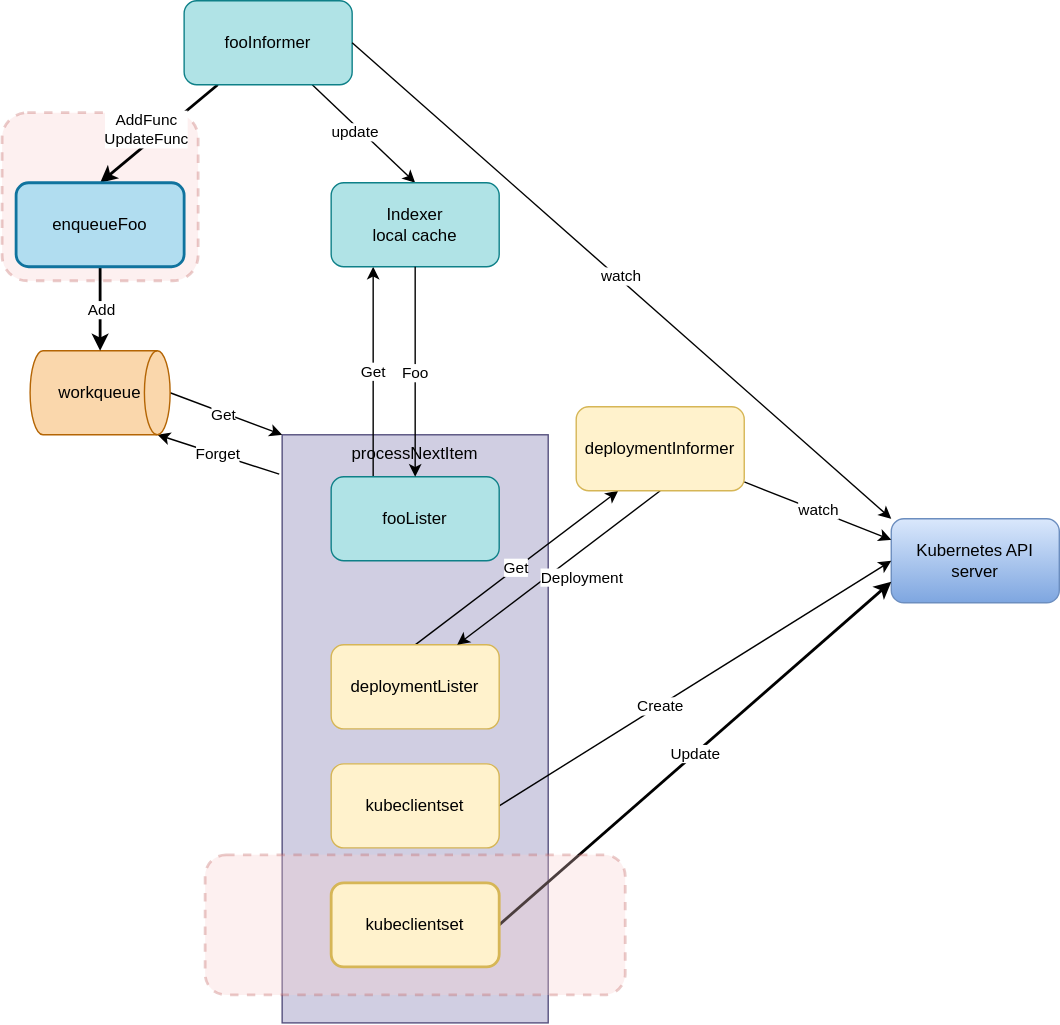
The draw.io diagram docs/content/docs/05-implement-reconciliation-loop/overview-4.drawio.svg in nakamasato/sample-controller, before a commit. Source tidied: cells renumbered, new cells last; positions are measured from the earlier drawing's top-left corner, leaving out a move shared by most shapes. Its diagram source:
```xml
<mxGraphModel>
  <root>
    <mxCell id="0" />
    <mxCell id="1" parent="0" />
    <mxCell id="2" style="rounded=1;whiteSpace=wrap;html=1;strokeWidth=2;opacity=30;fillColor=#f8cecc;strokeColor=#b85450;dashed=1;" parent="1" vertex="1">
      <mxGeometry y="80" width="140" height="120" as="geometry" />
    </mxCell>
    <mxCell id="3" value="processNextItem" style="rounded=0;whiteSpace=wrap;html=1;verticalAlign=top;fillColor=#d0cee2;strokeColor=#56517e;" parent="1" vertex="1">
      <mxGeometry x="200" y="310" width="190" height="420" as="geometry" />
    </mxCell>
    <mxCell id="4" value="Kubernetes API server" style="rounded=1;whiteSpace=wrap;html=1;fillColor=#dae8fc;strokeColor=#6c8ebf;gradientColor=#7ea6e0;" parent="1" vertex="1">
      <mxGeometry x="635" y="370" width="120" height="60" as="geometry" />
    </mxCell>
    <mxCell id="5" style="edgeStyle=none;html=1;entryX=0.5;entryY=0;entryDx=0;entryDy=0;" parent="1" edge="1" source="9" target="17">
      <mxGeometry relative="1" as="geometry" />
    </mxCell>
    <mxCell id="6" value="update" style="edgeLabel;html=1;align=center;verticalAlign=middle;" parent="5" vertex="1">
      <mxGeometry x="-0.12" y="-3" relative="1" as="geometry" />
    </mxCell>
    <mxCell id="7" style="edgeStyle=none;html=1;entryX=0.5;entryY=0;entryDx=0;entryDy=0;strokeWidth=2;" parent="1" edge="1" source="9" target="33">
      <mxGeometry relative="1" as="geometry" />
    </mxCell>
    <mxCell id="8" value="AddFunc&lt;br&gt;UpdateFunc" style="edgeLabel;html=1;align=center;verticalAlign=middle;" parent="7" vertex="1">
      <mxGeometry x="0.27" y="2" relative="1" as="geometry">
        <mxPoint y="-15" as="offset" />
      </mxGeometry>
    </mxCell>
    <mxCell id="9" value="fooInformer" style="rounded=1;whiteSpace=wrap;html=1;fillColor=#b0e3e6;strokeColor=#0e8088;" parent="1" vertex="1">
      <mxGeometry x="130" width="120" height="60" as="geometry" />
    </mxCell>
    <mxCell id="10" style="edgeStyle=none;html=1;exitX=1;exitY=0.5;exitDx=0;exitDy=0;entryX=0;entryY=0;entryDx=0;entryDy=0;" parent="1" edge="1" source="9" target="4">
      <mxGeometry relative="1" as="geometry" />
    </mxCell>
    <mxCell id="11" value="watch" style="edgeLabel;html=1;align=center;verticalAlign=middle;" parent="10" vertex="1">
      <mxGeometry x="-0.01" y="2" relative="1" as="geometry" />
    </mxCell>
    <mxCell id="12" style="edgeStyle=none;html=1;exitX=1;exitY=0.5;exitDx=0;exitDy=0;exitPerimeter=0;entryX=0;entryY=0;entryDx=0;entryDy=0;" parent="1" edge="1" source="20" target="3">
      <mxGeometry relative="1" as="geometry" />
    </mxCell>
    <mxCell id="13" value="Get" style="edgeLabel;html=1;align=center;verticalAlign=middle;" parent="12" vertex="1">
      <mxGeometry x="-0.07" y="-1" relative="1" as="geometry" />
    </mxCell>
    <mxCell id="14" value="Get" style="edgeStyle=none;html=1;exitX=0.25;exitY=0;exitDx=0;exitDy=0;entryX=0.25;entryY=1;entryDx=0;entryDy=0;" parent="1" edge="1" source="16" target="17">
      <mxGeometry relative="1" as="geometry" />
    </mxCell>
    <mxCell id="15" value="Forget" style="edgeStyle=none;html=1;entryX=0.91;entryY=1;entryDx=0;entryDy=0;entryPerimeter=0;exitX=-0.011;exitY=0.067;exitDx=0;exitDy=0;exitPerimeter=0;" parent="1" edge="1" source="3" target="20">
      <mxGeometry relative="1" as="geometry" />
    </mxCell>
    <mxCell id="16" value="fooLister" style="rounded=1;whiteSpace=wrap;html=1;fillColor=#b0e3e6;strokeColor=#0e8088;" parent="1" vertex="1">
      <mxGeometry x="235" y="340" width="120" height="60" as="geometry" />
    </mxCell>
    <mxCell id="17" value="Indexer&lt;br&gt;local cache" style="rounded=1;whiteSpace=wrap;html=1;fillColor=#b0e3e6;strokeColor=#0e8088;" parent="1" vertex="1">
      <mxGeometry x="235" y="130" width="120" height="60" as="geometry" />
    </mxCell>
    <mxCell id="18" style="edgeStyle=none;html=1;exitX=0.5;exitY=1;exitDx=0;exitDy=0;entryX=0.5;entryY=0;entryDx=0;entryDy=0;" parent="1" edge="1" source="17" target="16">
      <mxGeometry relative="1" as="geometry" />
    </mxCell>
    <mxCell id="19" value="Foo" style="edgeLabel;html=1;align=center;verticalAlign=middle;" parent="18" vertex="1">
      <mxGeometry y="-1" relative="1" as="geometry" />
    </mxCell>
    <mxCell id="20" value="workqueue" style="strokeWidth=1;html=1;shape=mxgraph.flowchart.direct_data;whiteSpace=wrap;fillColor=#fad7ac;strokeColor=#b46504;" parent="1" vertex="1">
      <mxGeometry x="20" y="250" width="100" height="60" as="geometry" />
    </mxCell>
    <mxCell id="21" style="edgeStyle=none;html=1;entryX=0.25;entryY=1;entryDx=0;entryDy=0;exitX=0.5;exitY=0;exitDx=0;exitDy=0;" parent="1" edge="1" source="23" target="27">
      <mxGeometry relative="1" as="geometry" />
    </mxCell>
    <mxCell id="22" value="Get" style="edgeLabel;html=1;align=center;verticalAlign=middle;" parent="21" vertex="1">
      <mxGeometry y="1" relative="1" as="geometry" />
    </mxCell>
    <mxCell id="23" value="deploymentLister" style="rounded=1;whiteSpace=wrap;html=1;fillColor=#fff2cc;strokeColor=#d6b656;" parent="1" vertex="1">
      <mxGeometry x="235" y="460" width="120" height="60" as="geometry" />
    </mxCell>
    <mxCell id="24" value="watch" style="edgeStyle=none;html=1;entryX=0;entryY=0.25;entryDx=0;entryDy=0;" parent="1" edge="1" source="27" target="4">
      <mxGeometry relative="1" as="geometry" />
    </mxCell>
    <mxCell id="25" style="edgeStyle=none;html=1;exitX=0.5;exitY=1;exitDx=0;exitDy=0;entryX=0.75;entryY=0;entryDx=0;entryDy=0;" parent="1" edge="1" source="27" target="23">
      <mxGeometry relative="1" as="geometry" />
    </mxCell>
    <mxCell id="26" value="Deployment" style="edgeLabel;html=1;align=center;verticalAlign=middle;" parent="25" vertex="1">
      <mxGeometry x="0.07" y="-4" relative="1" as="geometry">
        <mxPoint x="24" y="6" as="offset" />
      </mxGeometry>
    </mxCell>
    <mxCell id="27" value="deploymentInformer" style="rounded=1;whiteSpace=wrap;html=1;fillColor=#fff2cc;strokeColor=#d6b656;" parent="1" vertex="1">
      <mxGeometry x="410" y="290" width="120" height="60" as="geometry" />
    </mxCell>
    <mxCell id="28" style="edgeStyle=none;html=1;entryX=0;entryY=0.5;entryDx=0;entryDy=0;exitX=1;exitY=0.5;exitDx=0;exitDy=0;" parent="1" edge="1" source="30" target="4">
      <mxGeometry relative="1" as="geometry" />
    </mxCell>
    <mxCell id="29" value="Create" style="edgeLabel;html=1;align=center;verticalAlign=middle;" parent="28" vertex="1">
      <mxGeometry x="-0.18" relative="1" as="geometry" />
    </mxCell>
    <mxCell id="30" value="kubeclientset" style="rounded=1;whiteSpace=wrap;html=1;fillColor=#fff2cc;strokeColor=#d6b656;" parent="1" vertex="1">
      <mxGeometry x="235" y="545" width="120" height="60" as="geometry" />
    </mxCell>
    <mxCell id="31" style="edgeStyle=none;html=1;entryX=0.5;entryY=0;entryDx=0;entryDy=0;entryPerimeter=0;strokeWidth=2;" parent="1" edge="1" source="33" target="20">
      <mxGeometry relative="1" as="geometry" />
    </mxCell>
    <mxCell id="32" value="Add" style="edgeLabel;html=1;align=center;verticalAlign=middle;" parent="31" vertex="1">
      <mxGeometry x="-0.1" relative="1" as="geometry">
        <mxPoint y="3" as="offset" />
      </mxGeometry>
    </mxCell>
    <mxCell id="33" value="enqueueFoo" style="rounded=1;whiteSpace=wrap;html=1;fillColor=#b1ddf0;strokeColor=#10739e;strokeWidth=2;" parent="1" vertex="1">
      <mxGeometry x="10" y="130" width="120" height="60" as="geometry" />
    </mxCell>
    <mxCell id="34" value="Update" style="edgeStyle=none;html=1;entryX=0;entryY=0.75;entryDx=0;entryDy=0;strokeWidth=2;exitX=1;exitY=0.5;exitDx=0;exitDy=0;" parent="1" edge="1" source="36" target="4">
      <mxGeometry relative="1" as="geometry" />
    </mxCell>
    <mxCell id="35" style="rounded=1;whiteSpace=wrap;html=1;strokeWidth=2;opacity=30;fillColor=#f8cecc;strokeColor=#b85450;dashed=1;" parent="1" vertex="1">
      <mxGeometry x="145" y="610" width="300" height="100" as="geometry" />
    </mxCell>
    <mxCell id="36" value="kubeclientset" style="rounded=1;whiteSpace=wrap;html=1;fillColor=#fff2cc;strokeColor=#d6b656;strokeWidth=2;" parent="1" vertex="1">
      <mxGeometry x="235" y="630" width="120" height="60" as="geometry" />
    </mxCell>
  </root>
</mxGraphModel>
```
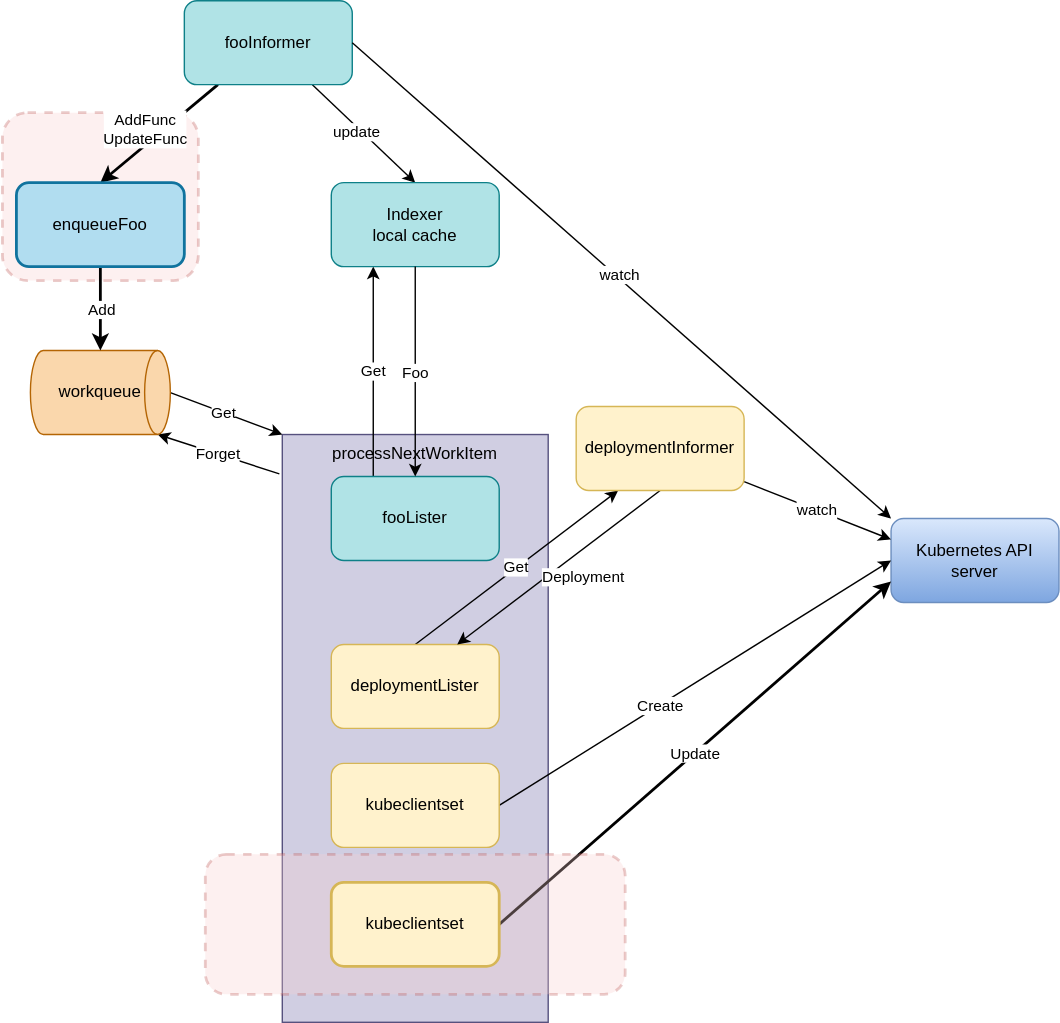
The same diagram one commit later.

Change to the diagram source:
```diff
@@ -5,7 +5,7 @@
     <mxCell id="2" style="rounded=1;whiteSpace=wrap;html=1;strokeWidth=2;opacity=30;fillColor=#f8cecc;strokeColor=#b85450;dashed=1;" parent="1" vertex="1">
       <mxGeometry y="80" width="140" height="120" as="geometry" />
     </mxCell>
-    <mxCell id="3" value="processNextItem" style="rounded=0;whiteSpace=wrap;html=1;verticalAlign=top;fillColor=#d0cee2;strokeColor=#56517e;" parent="1" vertex="1">
+    <mxCell id="3" value="processNextWorkItem" style="rounded=0;whiteSpace=wrap;html=1;verticalAlign=top;fillColor=#d0cee2;strokeColor=#56517e;" parent="1" vertex="1">
       <mxGeometry x="200" y="310" width="190" height="420" as="geometry" />
     </mxCell>
     <mxCell id="4" value="Kubernetes API server" style="rounded=1;whiteSpace=wrap;html=1;fillColor=#dae8fc;strokeColor=#6c8ebf;gradientColor=#7ea6e0;" parent="1" vertex="1">
```
